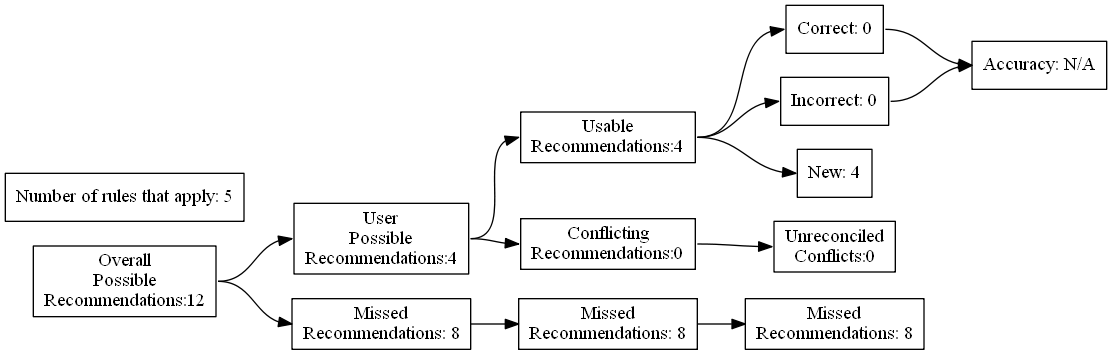
ZaxR/ibd_diet_analysis keeps this Graphviz diagram as test_renders/37.gv.png. Above is the earlier version. Its source is kept beside it as test_renders/37.gv.
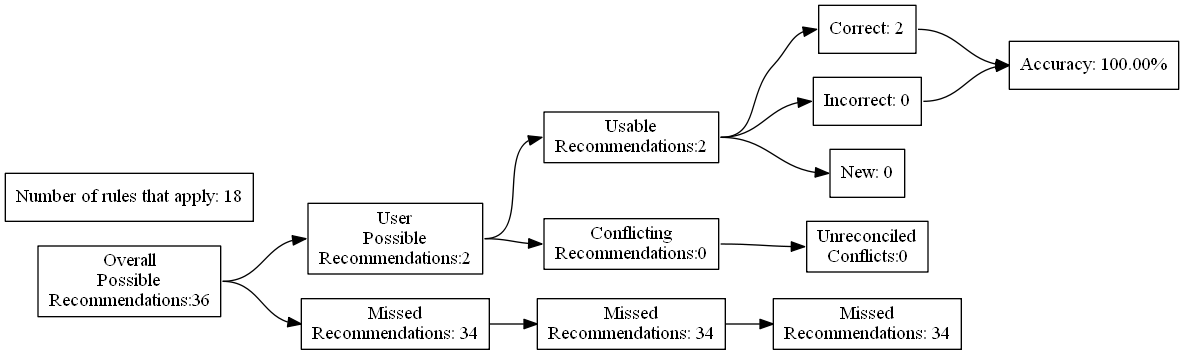
The same diagram one commit later.

The edit, as a diff of the source:
```diff
@@ -4,27 +4,27 @@
 	edge [headport=w tailport=e]
 		A [label="Overall
 Possible
-Recommendations:12"]
+Recommendations:36"]
 		B [label="User
 Possible
-Recommendations:4"]
+Recommendations:2"]
 		C [label="Missed
-Recommendations: 8"]
+Recommendations: 34"]
 		D [label="Usable
-Recommendations:4"]
+Recommendations:2"]
 		E [label="Conflicting
 Recommendations:0"]
 		J [label="Missed
-Recommendations: 8"]
+Recommendations: 34"]
 		M [label="Unreconciled
 Conflicts:0"]
-		F [label="Correct: 0"]
+		F [label="Correct: 2"]
 		G [label="Incorrect: 0"]
-		H [label="New: 4"]
+		H [label="New: 0"]
 		K [label="Missed
-Recommendations: 8"]
-		I [label="Accuracy: N/A"]
-		l [label="Number of rules that apply: 5"]
+Recommendations: 34"]
+		I [label="Accuracy: 100.00%"]
+		l [label="Number of rules that apply: 18"]
 			A -> B
 			A -> C
 			B -> D
```
